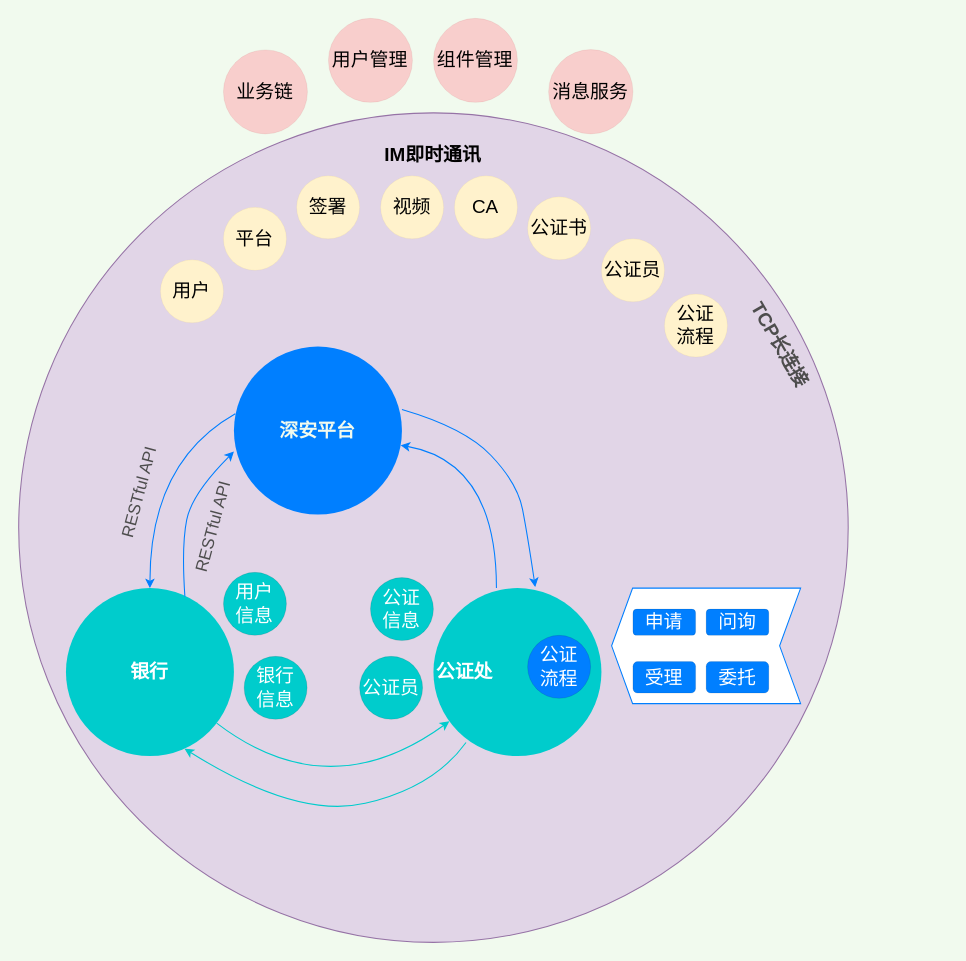
Earlier version of the draw.io diagram page "赋强创新思路" (2 of 2) of 赋强创新思路.drawio (wuyongfeng/wuyongfeng). Source tidied: cells renumbered, new cells numbered last; positions are measured from the earlier drawing's top-left corner, leaving out a move shared by most shapes. Both pictures are drawn from the tidied source at 105%, with x=0, y=0 at pixel (18, 18).
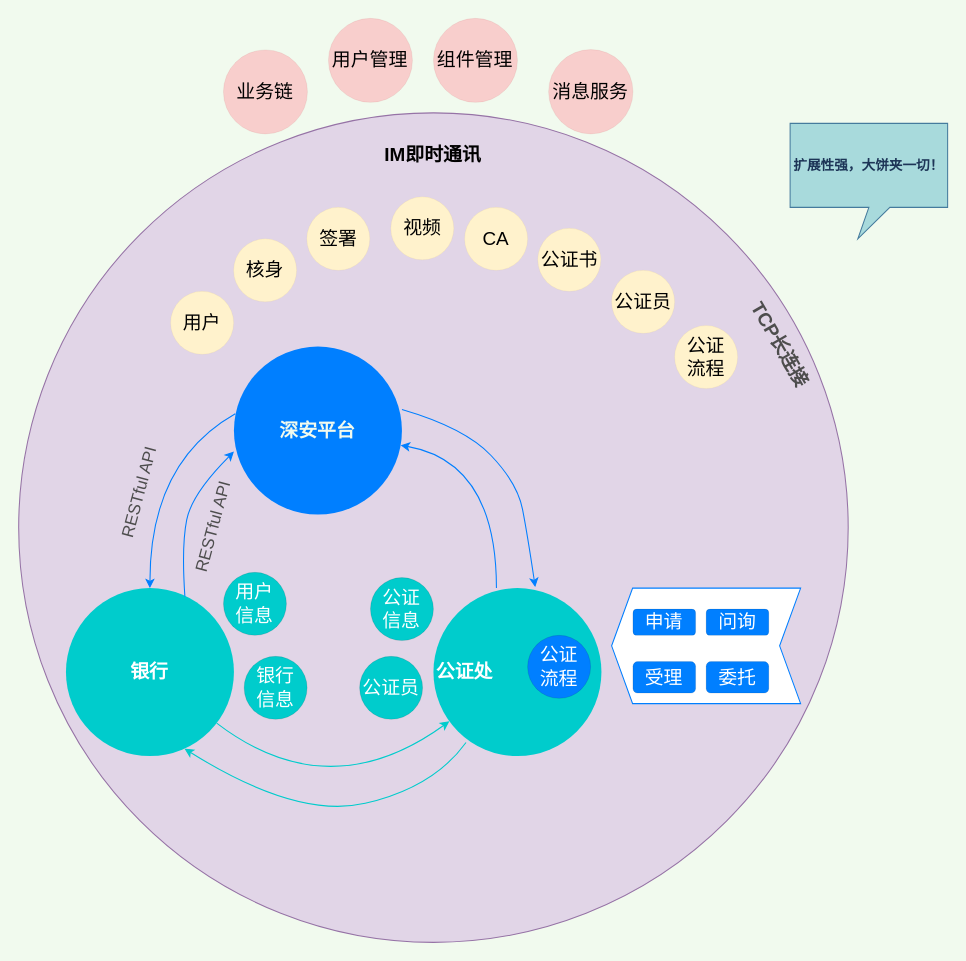
The same diagram, later.

Commit message:
Update 赋强创新思路.drawio

Diff of the diagram source:
```diff
@@
     <mxCell id="12" value="公证&lt;br&gt;流程" style="ellipse;whiteSpace=wrap;html=1;shadow=0;sketch=0;fontSize=18;strokeWidth=0;fillColor=#fff2cc;strokeColor=#d6b656;" parent="1" vertex="1">
-      <mxGeometry x="615.3" y="262.6" width="60" height="60" as="geometry" />
+      <mxGeometry x="625" y="292.6" width="60" height="60" as="geometry" />
     </mxCell>
@@
     <mxCell id="20" value="公证员" style="ellipse;whiteSpace=wrap;html=1;shadow=0;sketch=0;fontSize=18;strokeWidth=0;fillColor=#fff2cc;strokeColor=#d6b656;" parent="1" vertex="1">
-      <mxGeometry x="555.3" y="210" width="60" height="60" as="geometry" />
+      <mxGeometry x="565" y="240" width="60" height="60" as="geometry" />
     </mxCell>
@@
     <mxCell id="33" value="用户" style="ellipse;whiteSpace=wrap;html=1;shadow=0;sketch=0;fontSize=18;strokeWidth=0;fillColor=#fff2cc;strokeColor=#d6b656;" parent="1" vertex="1">
-      <mxGeometry x="135.3" y="230" width="60" height="60" as="geometry" />
+      <mxGeometry x="145" y="260" width="60" height="60" as="geometry" />
     </mxCell>
-    <mxCell id="34" value="平台" style="ellipse;whiteSpace=wrap;html=1;shadow=0;sketch=0;fontSize=18;strokeWidth=0;fillColor=#fff2cc;strokeColor=#d6b656;" parent="1" vertex="1">
-      <mxGeometry x="195.3" y="180" width="60" height="60" as="geometry" />
+    <mxCell id="34" value="核身" style="ellipse;whiteSpace=wrap;html=1;shadow=0;sketch=0;fontSize=18;strokeWidth=0;fillColor=#fff2cc;strokeColor=#d6b656;" parent="1" vertex="1">
+      <mxGeometry x="205" y="210" width="60" height="60" as="geometry" />
     </mxCell>
     <mxCell id="35" value="签署" style="ellipse;whiteSpace=wrap;html=1;shadow=0;sketch=0;fontSize=18;strokeWidth=0;fillColor=#fff2cc;strokeColor=#d6b656;" parent="1" vertex="1">
-      <mxGeometry x="265" y="150" width="60" height="60" as="geometry" />
+      <mxGeometry x="274.7" y="180" width="60" height="60" as="geometry" />
     </mxCell>
     <mxCell id="36" value="视频" style="ellipse;whiteSpace=wrap;html=1;shadow=0;sketch=0;fontSize=18;strokeWidth=0;fillColor=#fff2cc;strokeColor=#d6b656;" parent="1" vertex="1">
-      <mxGeometry x="345" y="150" width="60" height="60" as="geometry" />
+      <mxGeometry x="354.7" y="170" width="60" height="60" as="geometry" />
     </mxCell>
     <mxCell id="37" value="CA" style="ellipse;whiteSpace=wrap;html=1;shadow=0;sketch=0;fontSize=18;strokeWidth=0;fillColor=#fff2cc;strokeColor=#d6b656;" parent="1" vertex="1">
-      <mxGeometry x="415.3" y="150" width="60" height="60" as="geometry" />
+      <mxGeometry x="425" y="180" width="60" height="60" as="geometry" />
     </mxCell>
     <mxCell id="38" value="公证书" style="ellipse;whiteSpace=wrap;html=1;shadow=0;sketch=0;fontSize=18;strokeWidth=0;fillColor=#fff2cc;strokeColor=#d6b656;" parent="1" vertex="1">
-      <mxGeometry x="485" y="170" width="60" height="60" as="geometry" />
+      <mxGeometry x="494.7" y="200" width="60" height="60" as="geometry" />
     </mxCell>
+    <mxCell id="39" value="&lt;div&gt;&lt;div&gt;&lt;span style=&quot;font-family: &amp;#34;larkhacksafarifont&amp;#34; , &amp;#34;larkemojifont&amp;#34; , &amp;#34;larkchinesequote&amp;#34; , , &amp;#34;blinkmacsystemfont&amp;#34; , &amp;#34;helvetica neue&amp;#34; , &amp;#34;arial&amp;#34; , &amp;#34;segoe ui&amp;#34; , &amp;#34;pingfang sc&amp;#34; , &amp;#34;microsoft yahei&amp;#34; , &amp;#34;hiragino sans gb&amp;#34; , sans-serif , &amp;#34;apple color emoji&amp;#34; , &amp;#34;segoe ui emoji&amp;#34; , &amp;#34;segoe ui symbol&amp;#34; , &amp;#34;noto color emoji&amp;#34;&quot;&gt;&lt;span style=&quot;font-size: 13px&quot;&gt;扩展性强，大饼夹一切！&lt;/span&gt;&lt;/span&gt;&lt;/div&gt;&lt;/div&gt;" style="shape=callout;whiteSpace=wrap;html=1;perimeter=calloutPerimeter;labelBackgroundColor=none;labelBorderColor=none;fontSize=14;fillColor=#A8DADC;strokeColor=#457B9D;fontColor=#1D3557;fontStyle=1;rotation=0;position2=0.43;" parent="1" vertex="1">
+      <mxGeometry x="735" y="100" width="150" height="110" as="geometry" />
+    </mxCell>
```
